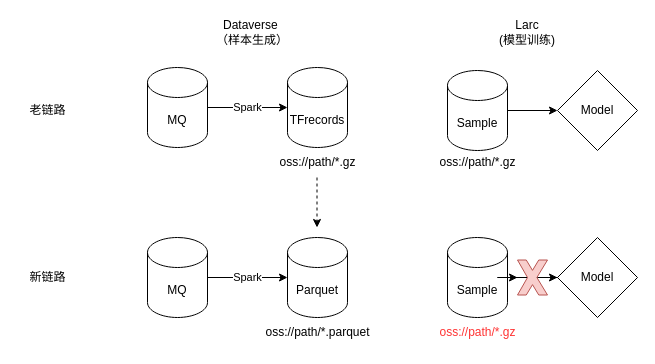
The draw.io diagram 特征工程链路.drawio in labud/pictures, before the edit. Source tidied: cells renumbered, new cells numbered last; positions are measured from the earlier drawing's top-left corner, leaving out a move shared by most shapes. Both pictures are drawn from the tidied source at 100%, with x=0, y=0 at pixel (17, 17).
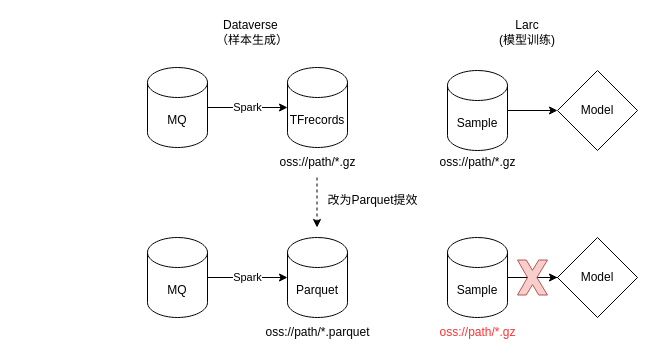
Above is the later version.

Commit message (it also covers changes not shown here):
Update 特征工程链路.drawio

Unchanged cells that the change refers to:
```xml
<mxCell id="18" value="Sample" style="shape=cylinder3;whiteSpace=wrap;html=1;boundedLbl=1;backgroundOutline=1;size=15;" parent="1" vertex="1">
  <mxGeometry x="430" y="220" width="60" height="80" as="geometry" />
</mxCell>
```

What changed in the source:
```diff
@@
-    <mxCell id="9" value="老链路" style="text;html=1;align=center;verticalAlign=middle;strokeColor=none;fillColor=none;" parent="1" vertex="1">
-      <mxGeometry y="78" width="60" height="30" as="geometry" />
-    </mxCell>
-    <mxCell id="10" value="新链路" style="text;html=1;align=center;verticalAlign=middle;strokeColor=none;fillColor=none;" parent="1" vertex="1">
-      <mxGeometry y="245" width="60" height="30" as="geometry" />
-    </mxCell>
@@
+    <mxCell id="24" style="verticalLabelPosition=bottom;verticalAlign=top;html=1;shape=mxgraph.basic.x;fillColor=#f8cecc;strokeColor=#b85450;" parent="1" vertex="1">
+      <mxGeometry x="500" y="242.5" width="30" height="35" as="geometry" />
+    </mxCell>
-    <mxCell id="23" style="edgeStyle=orthogonalEdgeStyle;rounded=0;jettySize=auto;html=1;" parent="1" edge="1" source="18" target="24">
+    <mxCell id="23" style="endArrow=none;html=1;rounded=0;entryX=0.33;entryY=0.5;entryDx=0;entryDy=0;entryPerimeter=0;exitX=1;exitY=0.5;exitDx=0;exitDy=0;exitPerimeter=0;" parent="1" edge="1" source="18" target="24">
       <mxGeometry relative="1" as="geometry" />
     </mxCell>
-    <mxCell id="24" style="verticalLabelPosition=bottom;verticalAlign=top;html=1;shape=mxgraph.basic.x;fillColor=#f8cecc;strokeColor=#b85450;" parent="1" vertex="1">
-      <mxGeometry x="500" y="242.5" width="30" height="35" as="geometry" />
-    </mxCell>
+    <mxCell id="25" value="改为Parquet提效" style="text;html=1;align=center;verticalAlign=middle;strokeColor=none;fillColor=none;" parent="1" vertex="1">
+      <mxGeometry x="300" y="168" width="110" height="30" as="geometry" />
+    </mxCell>
```
